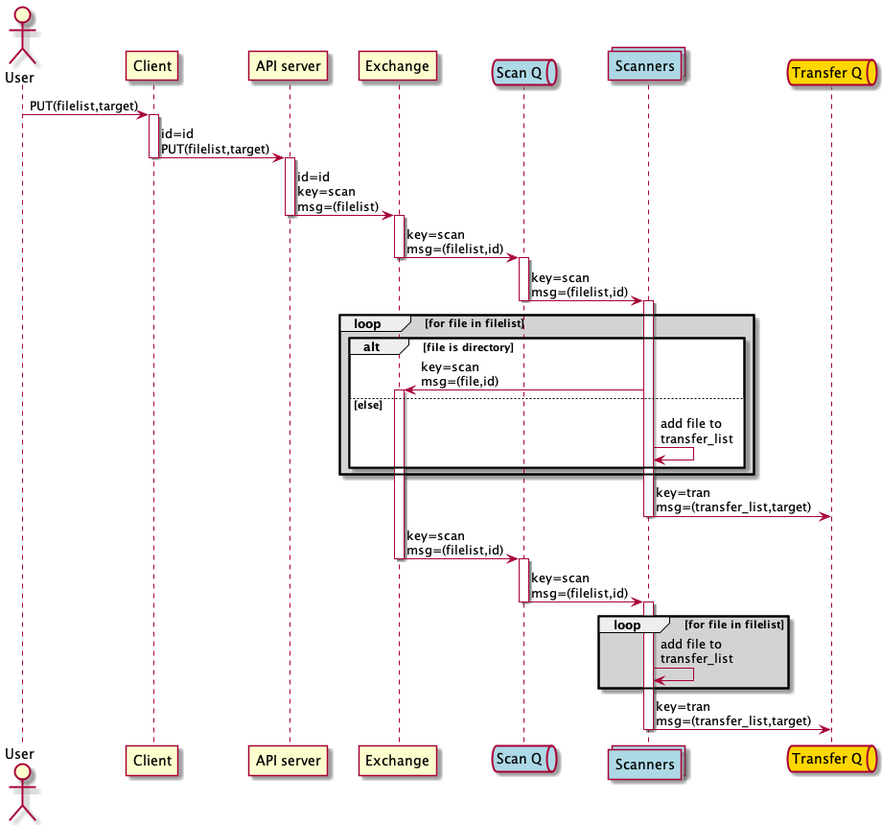
Before: doc/uml/message_flow_put.png, a diagram exported from PlantUML (cedadev/nlds).
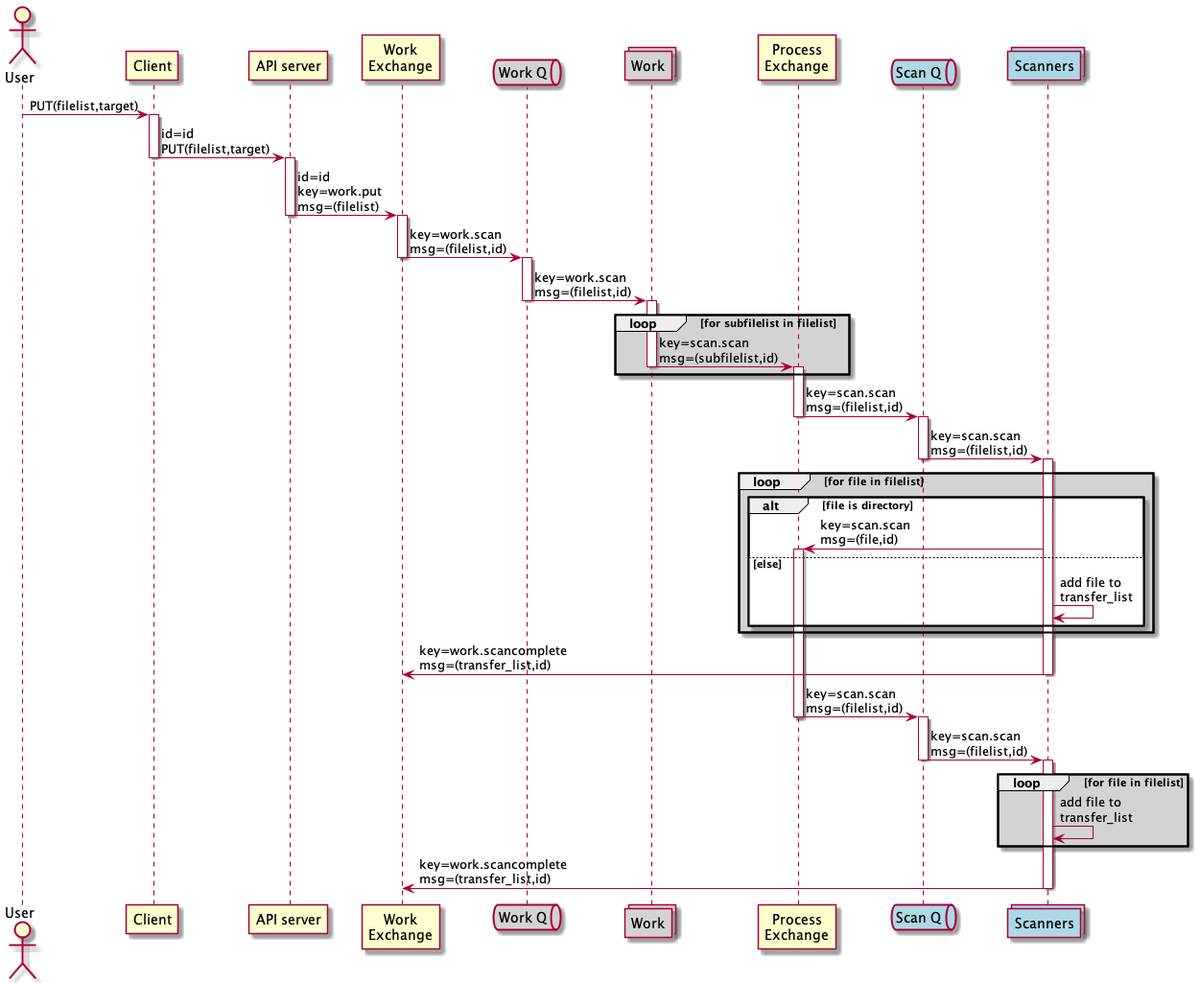
The same diagram one commit later.

Commit message:
Updated message passing and queue structure to have a separate work queue and work exchange

The edit, as a diff of the source:
```diff
@@ -3,46 +3,59 @@
 actor user as "User"
 participant client as "Client"
 participant server as "API server"
-participant exchange as "Exchange"
+participant wex as "Work\nExchange"
 
-queue q1 as "Scan Q" #lightblue
+queue qw as "Work Q" #lightgrey
+collections work as "Work" #lightgrey
+
+participant pex as "Process\nExchange"
+queue qs as "Scan Q" #lightblue
 collections scan as "Scanners" #lightblue
-
-queue q2 as "Transfer Q" #gold
 
 user -> client : PUT(filelist,target)
 activate client
 client -> server : id=id\nPUT(filelist,target)
 deactivate client
 activate server
-server -> exchange : id=id\nkey=scan\nmsg=(filelist)
+server -> wex : id=id\nkey=work.put\nmsg=(filelist)
 deactivate server
-activate exchange
-exchange -> q1 : key=scan\nmsg=(filelist,id)
-deactivate exchange
-activate q1
-q1 -> scan : key=scan\nmsg=(filelist,id)
-deactivate q1
+activate wex
+wex -> qw : key=work.scan\nmsg=(filelist,id)
+deactivate wex
+activate qw
+qw -> work : key=work.scan\nmsg=(filelist,id)
+deactivate qw
+activate work
+loop #lightgrey for subfilelist in filelist
+    work -> pex : key=scan.scan\nmsg=(subfilelist,id)
+    deactivate work
+    activate pex
+end
+pex -> qs : key=scan.scan\nmsg=(filelist,id)
+deactivate pex
+activate qs
+qs -> scan : key=scan.scan\nmsg=(filelist,id)
+deactivate qs
 activate scan
 loop #lightgrey for file in filelist
     alt file is directory
-        scan -> exchange : key=scan\nmsg=(file,id)
-        activate exchange
+        scan -> pex : key=scan.scan\nmsg=(file,id)
+        activate pex
     else else
         scan -> scan : add file to\ntransfer_list
     end
 end
-scan -> q2 : key=tran\nmsg=(transfer_list,target)
+scan -> wex : key=work.scancomplete\nmsg=(transfer_list,id)
 deactivate scan
-exchange -> q1 : key=scan\nmsg=(filelist,id)
-deactivate exchange
-activate q1
-q1 -> scan : key=scan\nmsg=(filelist,id)
-deactivate q1
+pex -> qs : key=scan.scan\nmsg=(filelist,id)
+deactivate pex
+activate qs
+qs -> scan : key=scan.scan\nmsg=(filelist,id)
+deactivate qs
 activate scan
 loop #lightgrey for file in filelist
     scan -> scan : add file to\ntransfer_list
 end
-scan -> q2 : key=tran\nmsg=(transfer_list,target)
+scan -> wex : key=work.scancomplete\nmsg=(transfer_list,id)
 deactivate scan
 @enduml
```
